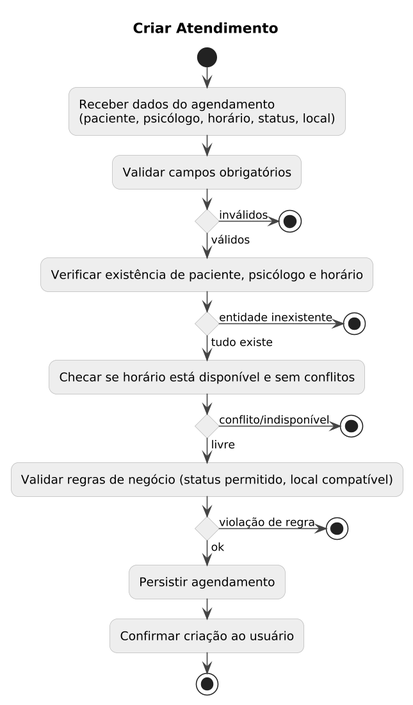
Above: specs/logica/agendamento_criar.png in leticiazlopes/shalom-plus (PlantUML), before the change.
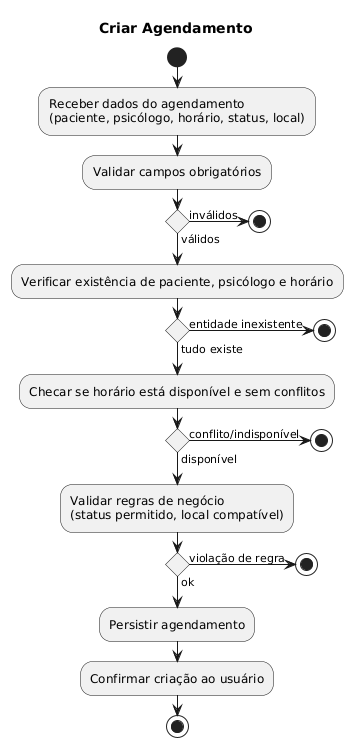
Later version of the same file.

Commit message:
fix: criar agendamento

Diff of the diagram source:
```diff
@@ -1,44 +1,35 @@
 @startuml
-title Criar Atendimento
-
-skinparam monochrome true
-skinparam shadowing false
-skinparam roundcorner 15
-skinparam dpi 150
-skinparam activity {
-  BackgroundColor #eeeeee
-  BorderColor #bbbbbb
-}
-skinparam ArrowColor #444444
+title Criar Agendamento
 
 start
-:Receber dados do agendamento
-(paciente, psicólogo, horário, status, local);
+
+:Receber dados do agendamento\n(paciente, psicólogo, horário, status, local);
 
 :Validar campos obrigatórios;
 if () then (inválidos)
   stop
 else (válidos)
-  :Verificar existência de paciente, psicólogo e horário;
 endif
 
+:Verificar existência de paciente, psicólogo e horário;
 if () then (entidade inexistente)
   stop
 else (tudo existe)
-  :Checar se horário está disponível e sem conflitos;
 endif
 
+:Checar se horário está disponível e sem conflitos;
 if () then (conflito/indisponível)
   stop
-else (livre)
-  :Validar regras de negócio (status permitido, local compatível);
+else (disponível)
 endif
 
+:Validar regras de negócio\n(status permitido, local compatível);
 if () then (violação de regra)
   stop
 else (ok)
-  :Persistir agendamento;
 endif
+
+:Persistir agendamento;
 
 :Confirmar criação ao usuário;
 
```
